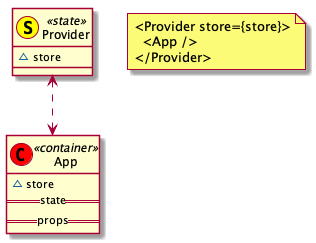
Before: images/association/state-container.png, a diagram exported from PlantUML (zzzze/plantuml-awesome). The source it was exported from:
```plantuml
@startuml ../../images/association/state-container.png
class Provider << (S,yellow) state >> {
  ~store
}
class App << (C,red) container >> {
  ~store
  ==state==
  ==props==
}
Provider <..> App
note "<Provider store={store}>\n  <App />\n</Provider>" as N1
@enduml
```
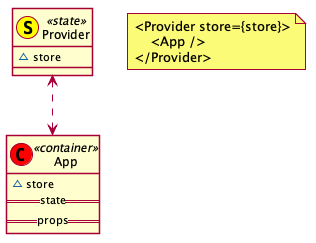
Above is the later version.

Diff of the diagram source:
```diff
@@ -1,4 +1,7 @@
 @startuml ../../images/association/state-container.png
+
+skinparam shadowing false
+
 class Provider << (S,yellow) state >> {
   ~store
 }
@@ -7,6 +10,11 @@
   ==state==
   ==props==
 }
+
 Provider <..> App
-note "<Provider store={store}>\n  <App />\n</Provider>" as N1
+note as N1
+  <Provider store={store}>
+      <App />
+  </Provider>
+end note
 @enduml
```
